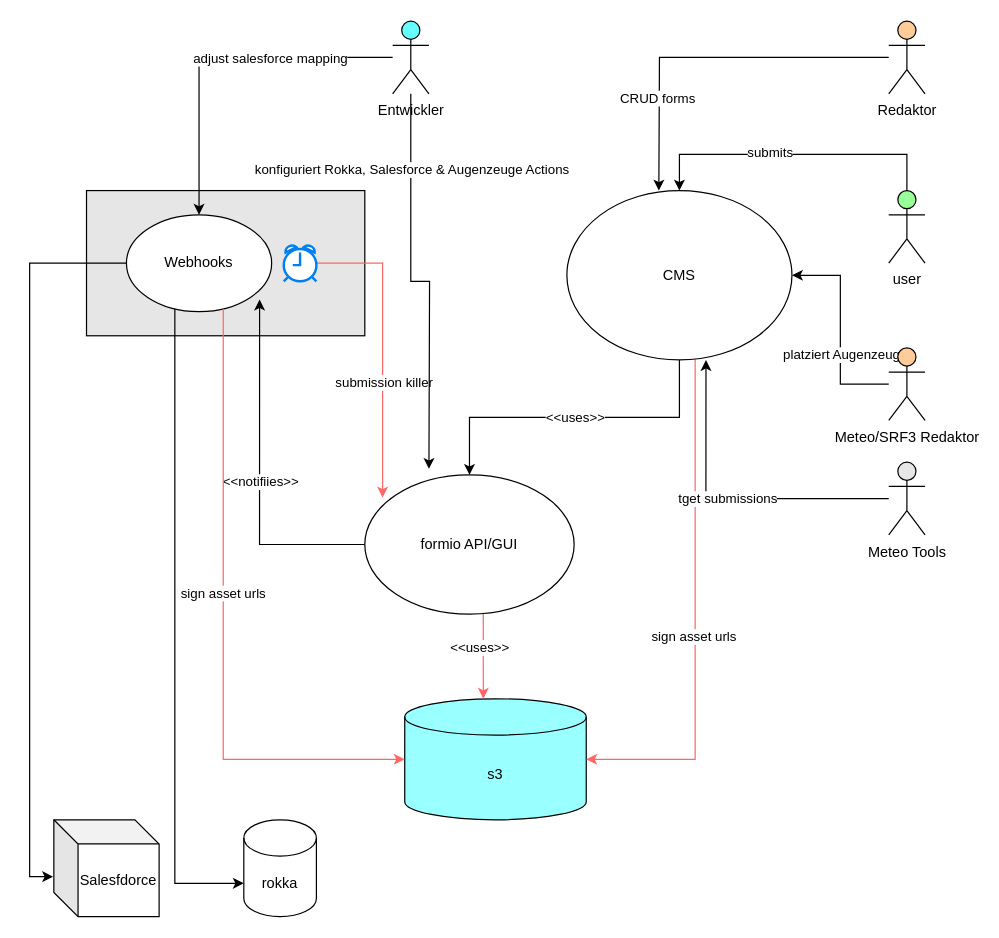
Earlier version of the draw.io diagram new Diagram.drawio (lhausammann/cinForm). Source tidied: cells renumbered, new cells numbered last; positions are measured from the earlier drawing's top-left corner, leaving out a move shared by most shapes. Both pictures are drawn from the tidied source at 121%, with x=0, y=0 at pixel (53, 21).
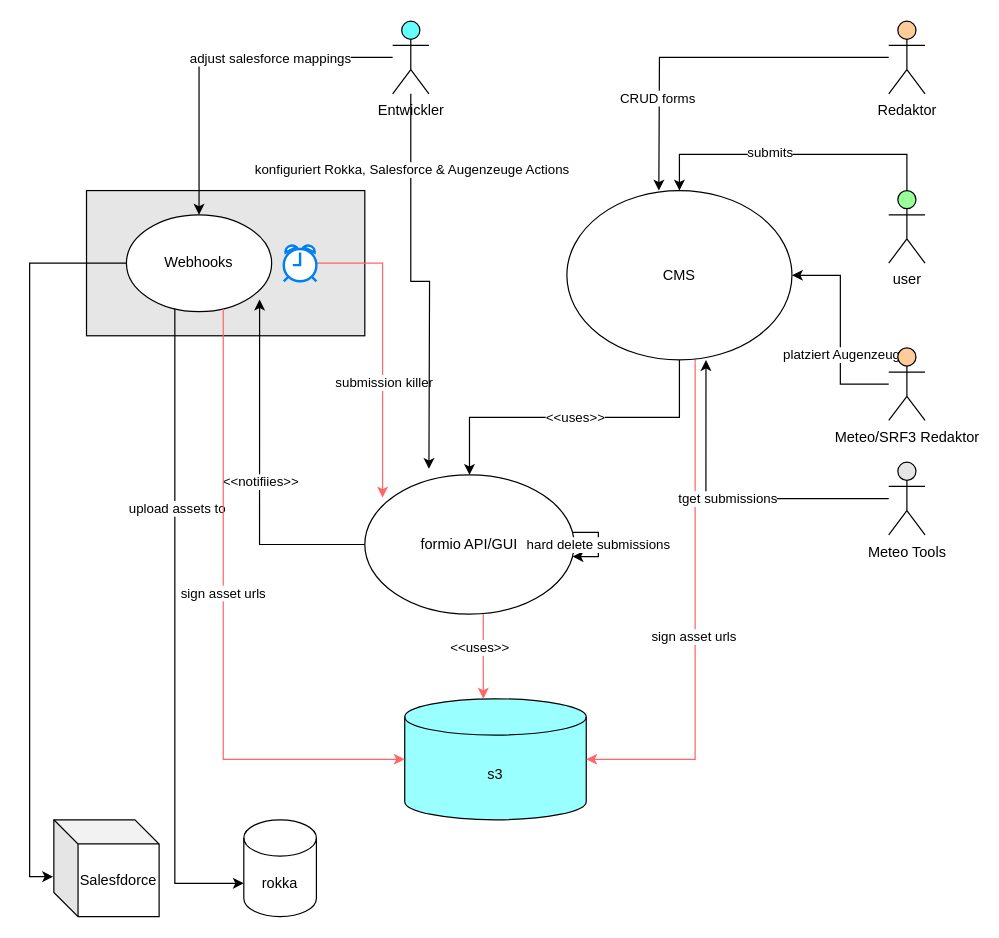
After the change.

Unchanged cells that the change refers to:
```xml
<mxCell id="12" style="edgeStyle=orthogonalEdgeStyle;rounded=0;jettySize=auto;html=1;entryX=0;entryY=0;entryDx=0;entryDy=52.5;entryPerimeter=0;" parent="1" edge="1" source="13" target="27">
  <mxGeometry relative="1" as="geometry">
    <Array as="points">
      <mxPoint x="100" y="713" />
    </Array>
  </mxGeometry>
</mxCell>
<mxCell id="16" value="formio API/GUI" style="ellipse;whiteSpace=wrap;html=1;" parent="1" vertex="1">
  <mxGeometry x="257" y="375" width="173" height="115" as="geometry" />
</mxCell>
<mxCell id="36" style="edgeStyle=orthogonalEdgeStyle;rounded=0;jettySize=auto;html=1;entryX=0.5;entryY=0;entryDx=0;entryDy=0;strokeColor=#000000;fillColor=#FF6666;" parent="1" edge="1" source="38" target="13">
  <mxGeometry relative="1" as="geometry" />
</mxCell>
```

The edit, as a diff of the source:
```diff
@@
+    <mxCell id="39" value="upload assets to" style="edgeLabel;html=1;align=center;verticalAlign=middle;" parent="12" vertex="1">
+      <mxGeometry x="-0.38" y="1" relative="1" as="geometry" />
+    </mxCell>
@@
-    <mxCell id="37" value="adjust salesforce mapping" style="edgeLabel;html=1;align=center;verticalAlign=middle;" parent="36" vertex="1">
+    <mxCell id="37" value="adjust salesforce mappings" style="edgeLabel;html=1;align=center;verticalAlign=middle;" parent="36" vertex="1">
       <mxGeometry x="-0.3" relative="1" as="geometry" />
     </mxCell>
@@
+    <mxCell id="40" style="edgeStyle=orthogonalEdgeStyle;rounded=0;orthogonalLoop=1;jettySize=auto;html=1;strokeColor=#000000;fillColor=#FF6666;" parent="1" edge="1" source="16" target="16">
+      <mxGeometry relative="1" as="geometry" />
+    </mxCell>
+    <mxCell id="41" value="hard delete submissions&lt;br&gt;" style="edgeLabel;html=1;align=center;verticalAlign=middle;" parent="40" vertex="1">
+      <mxGeometry x="-0.51" y="4" relative="1" as="geometry">
+        <mxPoint x="6" y="14" as="offset" />
+      </mxGeometry>
+    </mxCell>
```
